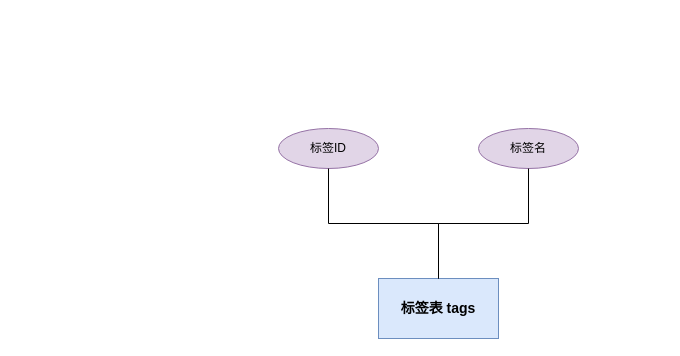
Before: DOCS/architecture-diagrams/sources/标签表.drawio in 612cs/TrailQuest, a draw.io diagram. Source tidied: cells renumbered, new cells numbered last; positions are measured from the earlier drawing's top-left corner, leaving out a move shared by most shapes. Both pictures are drawn from the tidied source at 100%, with x=0, y=0 at pixel (278, 128).
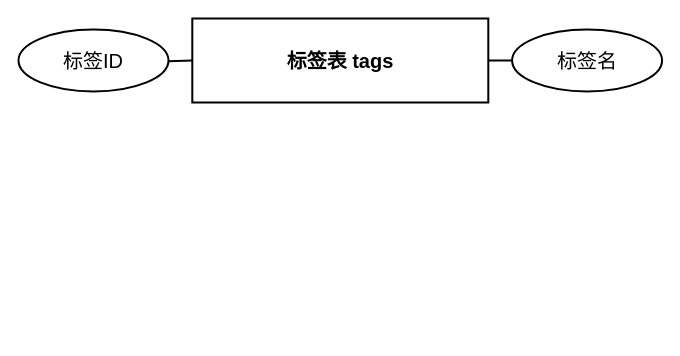
After the change.

Diff of the diagram source:
```diff
@@
 <mxGraphModel>
   <root>
     <mxCell id="0" />
     <mxCell id="1" parent="0" />
-    <mxCell id="2" value="标签表 tags" style="rounded=0;whiteSpace=wrap;html=1;fillColor=#dae8fc;strokeColor=#6c8ebf;fontSize=14;fontStyle=1;" parent="1" vertex="1">
-      <mxGeometry x="100" y="150" width="120" height="60" as="geometry" />
+    <mxCell id="2" value="标签表 tags" style="rounded=0;whiteSpace=wrap;html=1;fillColor=none;strokeColor=#000000;fontSize=20;fontStyle=1;gradientColor=none;fontColor=#000000;strokeWidth=2;shadow=0;glass=0;" parent="1" vertex="1">
+      <mxGeometry x="-86.2" y="-110" width="296" height="84" as="geometry" />
     </mxCell>
-    <mxCell id="3" value="标签ID" style="ellipse;whiteSpace=wrap;html=1;fillColor=#e1d5e7;strokeColor=#9673a6;" parent="1" vertex="1">
-      <mxGeometry width="100" height="40" as="geometry" />
+    <mxCell id="3" value="标签ID" style="ellipse;whiteSpace=wrap;html=1;fillColor=none;strokeColor=#000000;gradientColor=none;fontColor=#000000;fontSize=20;strokeWidth=2;shadow=0;glass=0;" parent="1" vertex="1">
+      <mxGeometry x="-260" y="-99" width="150" height="62" as="geometry" />
     </mxCell>
-    <mxCell id="4" style="edgeStyle=orthogonalEdgeStyle;rounded=0;jettySize=auto;html=1;endArrow=none;endFill=0;" parent="1" edge="1" source="3" target="2">
+    <mxCell id="4" style="rounded=0;html=1;endArrow=none;endFill=0;strokeColor=#000000;strokeWidth=2;" parent="1" edge="1" source="3" target="2">
       <mxGeometry relative="1" as="geometry" />
     </mxCell>
-    <mxCell id="5" value="标签名" style="ellipse;whiteSpace=wrap;html=1;fillColor=#e1d5e7;strokeColor=#9673a6;" parent="1" vertex="1">
-      <mxGeometry x="200" width="100" height="40" as="geometry" />
+    <mxCell id="5" value="标签名" style="ellipse;whiteSpace=wrap;html=1;fillColor=none;strokeColor=#000000;gradientColor=none;fontColor=#000000;fontSize=20;strokeWidth=2;shadow=0;glass=0;" parent="1" vertex="1">
+      <mxGeometry x="233.6" y="-99" width="150" height="62" as="geometry" />
     </mxCell>
-    <mxCell id="6" style="edgeStyle=orthogonalEdgeStyle;rounded=0;jettySize=auto;html=1;endArrow=none;endFill=0;" parent="1" edge="1" source="5" target="2">
+    <mxCell id="6" style="rounded=0;html=1;endArrow=none;endFill=0;strokeColor=#000000;strokeWidth=2;" parent="1" edge="1" source="5" target="2">
       <mxGeometry relative="1" as="geometry" />
     </mxCell>
   </root>
 </mxGraphModel>
```
